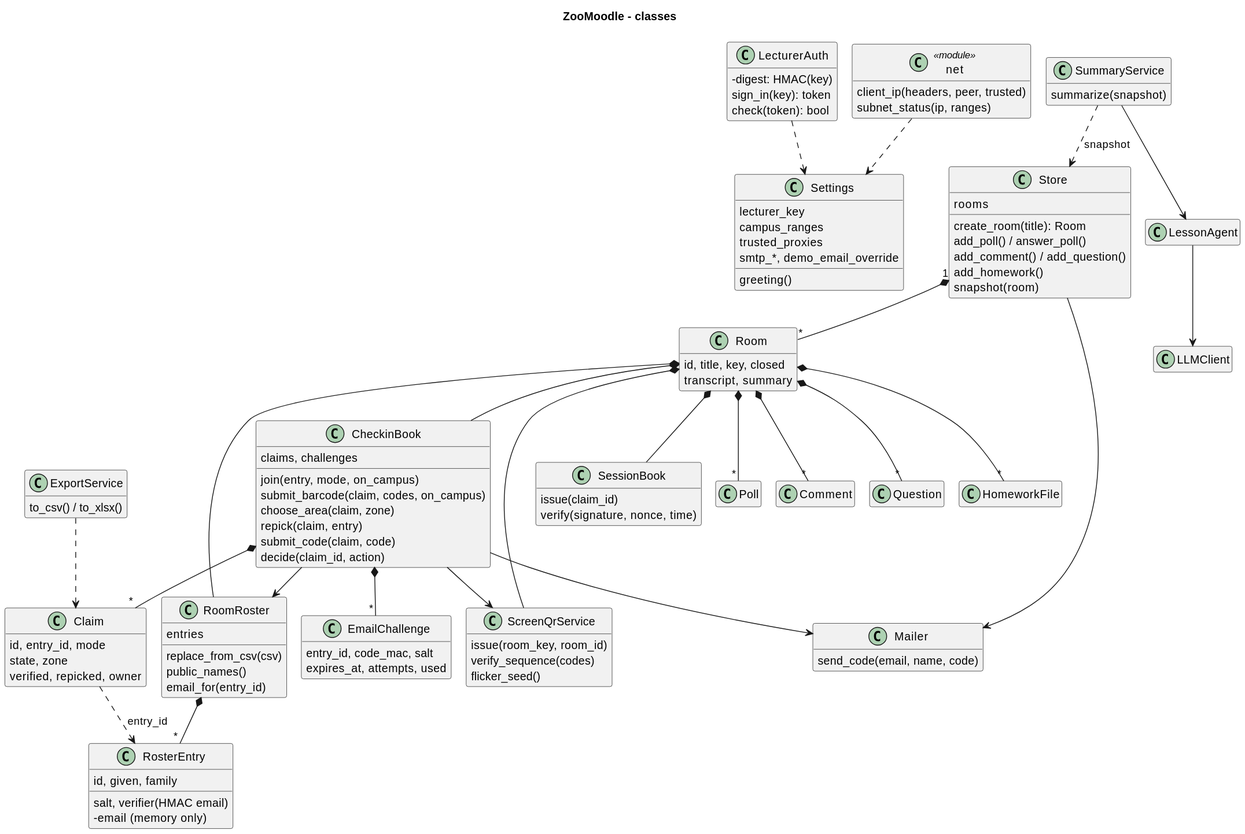
The PlantUML diagram docs/diagrams/classes.svg in Haim-Barby/ZooMoodle, before a commit.
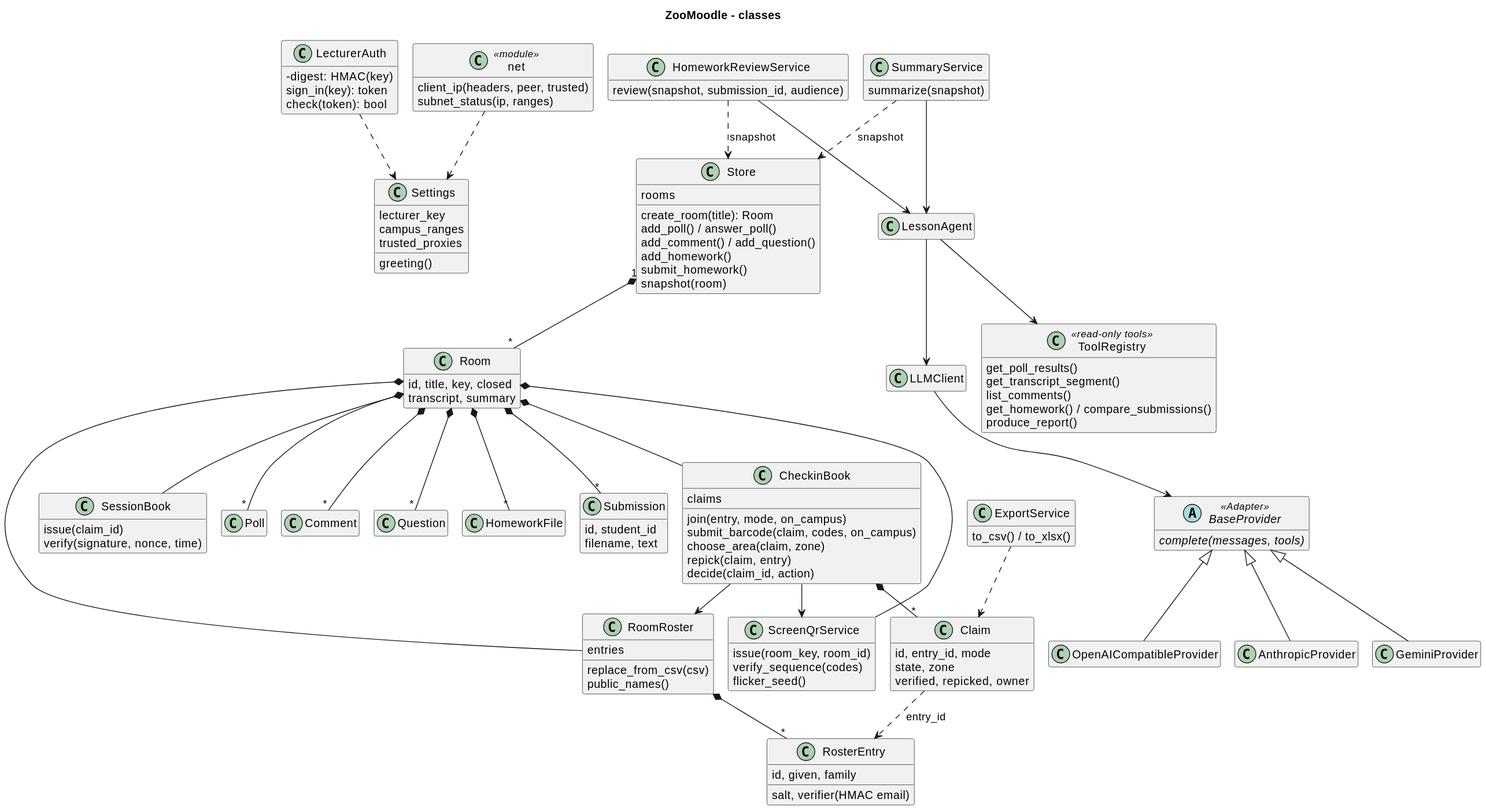
Above is the later version.

Diff of the diagram source:
```diff
@@ -8,7 +8,6 @@
   lecturer_key
   campus_ranges
   trusted_proxies
-  smtp_*, demo_email_override
   greeting()
 }
 class LecturerAuth {
@@ -22,6 +21,7 @@
   add_poll() / answer_poll()
   add_comment() / add_question()
   add_homework()
+  submit_homework()
   snapshot(room)
 }
 class Room {
@@ -32,30 +32,23 @@
   entries
   replace_from_csv(csv)
   public_names()
-  email_for(entry_id)
 }
 class RosterEntry {
   id, given, family
   salt, verifier(HMAC email)
-  -email (memory only)
 }
 class CheckinBook {
-  claims, challenges
+  claims
   join(entry, mode, on_campus)
   submit_barcode(claim, codes, on_campus)
   choose_area(claim, zone)
   repick(claim, entry)
-  submit_code(claim, code)
   decide(claim_id, action)
 }
 class Claim {
   id, entry_id, mode
   state, zone
   verified, repicked, owner
-}
-class EmailChallenge {
-  entry_id, code_mac, salt
-  expires_at, attempts, used
 }
 class ScreenQrService {
   issue(room_key, room_id)
@@ -66,9 +59,6 @@
   issue(claim_id)
   verify(signature, nonce, time)
 }
-class Mailer {
-  send_code(email, name, code)
-}
 class "net" as Net <<module>> {
   client_ip(headers, peer, trusted)
   subnet_status(ip, ranges)
@@ -77,6 +67,26 @@
 class Comment
 class Question
 class HomeworkFile
+class Submission {
+  id, student_id
+  filename, text
+}
+class HomeworkReviewService {
+  review(snapshot, submission_id, audience)
+}
+class ToolRegistry <<read-only tools>> {
+  get_poll_results()
+  get_transcript_segment()
+  list_comments()
+  get_homework() / compare_submissions()
+  produce_report()
+}
+abstract class BaseProvider <<Adapter>> {
+  {abstract} complete(messages, tools)
+}
+class OpenAICompatibleProvider
+class AnthropicProvider
+class GeminiProvider
 class SummaryService {
   summarize(snapshot)
 }
@@ -95,16 +105,21 @@
 Room *-- "*" Comment
 Room *-- "*" Question
 Room *-- "*" HomeworkFile
+Room *-- "*" Submission
 RoomRoster *-- "*" RosterEntry
 CheckinBook *-- "*" Claim
-CheckinBook *-- "*" EmailChallenge
 CheckinBook --> ScreenQrService
 CheckinBook --> RoomRoster
-CheckinBook --> Mailer
 Claim ..> RosterEntry : entry_id
-Store --> Mailer
 SummaryService --> LessonAgent
+HomeworkReviewService --> LessonAgent
 LessonAgent --> LLMClient
+LessonAgent --> ToolRegistry
+LLMClient --> BaseProvider
+BaseProvider <|-- OpenAICompatibleProvider
+BaseProvider <|-- AnthropicProvider
+BaseProvider <|-- GeminiProvider
+HomeworkReviewService ..> Store : snapshot
 SummaryService ..> Store : snapshot
 ExportService ..> Claim
 LecturerAuth ..> Settings
```
